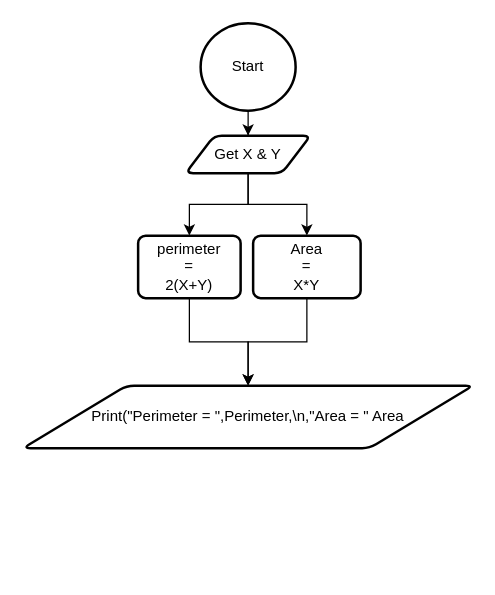
Above: Untitled Diagram.drawio in Knightsepehr/flowchartz (draw.io), before the change. Source tidied: cells renumbered, new cells numbered last; positions are measured from the earlier drawing's top-left corner, leaving out a move shared by most shapes. Both pictures are drawn from the tidied source at 125%, with x=0, y=0 at pixel (22, 22).
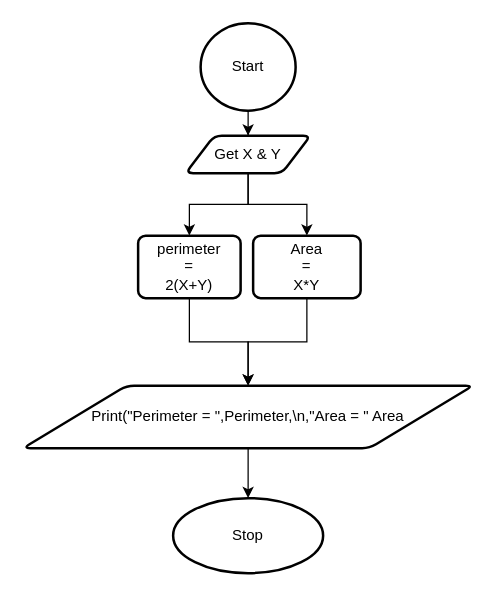
After the change.

Diff of the diagram source:
```diff
@@
 <mxGraphModel>
   <root>
     <mxCell id="0" />
     <mxCell id="1" parent="0" />
     <mxCell id="2" style="edgeStyle=orthogonalEdgeStyle;rounded=0;jettySize=auto;html=1;" parent="1" edge="1" source="3" target="6">
       <mxGeometry relative="1" as="geometry" />
     </mxCell>
     <mxCell id="3" value="Start" style="strokeWidth=2;html=1;shape=mxgraph.flowchart.start_2;whiteSpace=wrap;" parent="1" vertex="1">
       <mxGeometry x="142" width="76" height="70" as="geometry" />
     </mxCell>
     <mxCell id="4" style="edgeStyle=orthogonalEdgeStyle;rounded=0;jettySize=auto;html=1;" parent="1" edge="1" source="6" target="8">
       <mxGeometry relative="1" as="geometry" />
     </mxCell>
     <mxCell id="5" style="edgeStyle=orthogonalEdgeStyle;rounded=0;jettySize=auto;html=1;" parent="1" edge="1" source="6" target="10">
       <mxGeometry relative="1" as="geometry" />
     </mxCell>
     <mxCell id="6" value="&lt;span&gt;Get X &amp;amp; Y&lt;/span&gt;" style="shape=parallelogram;html=1;strokeWidth=2;perimeter=parallelogramPerimeter;whiteSpace=wrap;rounded=1;arcSize=12;size=0.23;" parent="1" vertex="1">
       <mxGeometry x="130" y="90" width="100" height="30" as="geometry" />
     </mxCell>
     <mxCell id="7" style="edgeStyle=orthogonalEdgeStyle;rounded=0;jettySize=auto;html=1;" parent="1" edge="1" source="8" target="11">
       <mxGeometry relative="1" as="geometry" />
     </mxCell>
     <mxCell id="8" value="perimeter&lt;br&gt;=&lt;br&gt;2(X+Y)" style="whiteSpace=wrap;html=1;rounded=1;strokeWidth=2;arcSize=12;" parent="1" vertex="1">
       <mxGeometry x="92" y="170" width="82" height="50" as="geometry" />
     </mxCell>
     <mxCell id="9" style="edgeStyle=orthogonalEdgeStyle;rounded=0;jettySize=auto;html=1;" parent="1" edge="1" source="10" target="11">
       <mxGeometry relative="1" as="geometry" />
     </mxCell>
     <mxCell id="10" value="Area&lt;br&gt;=&lt;br&gt;X*Y" style="whiteSpace=wrap;html=1;rounded=1;strokeWidth=2;arcSize=12;" parent="1" vertex="1">
       <mxGeometry x="184" y="170" width="86" height="50" as="geometry" />
     </mxCell>
+    <mxCell id="12" style="edgeStyle=orthogonalEdgeStyle;rounded=0;jettySize=auto;html=1;" parent="1" edge="1" source="11" target="13">
+      <mxGeometry relative="1" as="geometry" />
+    </mxCell>
     <mxCell id="11" value="Print(&quot;Perimeter = &quot;,Perimeter,\n,&quot;Area = &quot; Area" style="shape=parallelogram;html=1;strokeWidth=2;perimeter=parallelogramPerimeter;whiteSpace=wrap;rounded=1;arcSize=12;size=0.23;" parent="1" vertex="1">
       <mxGeometry y="290" width="360" height="50" as="geometry" />
     </mxCell>
+    <mxCell id="13" value="Stop" style="ellipse;whiteSpace=wrap;html=1;rounded=1;strokeWidth=2;arcSize=12;" parent="1" vertex="1">
+      <mxGeometry x="120" y="380" width="120" height="60" as="geometry" />
+    </mxCell>
   </root>
 </mxGraphModel>
```
